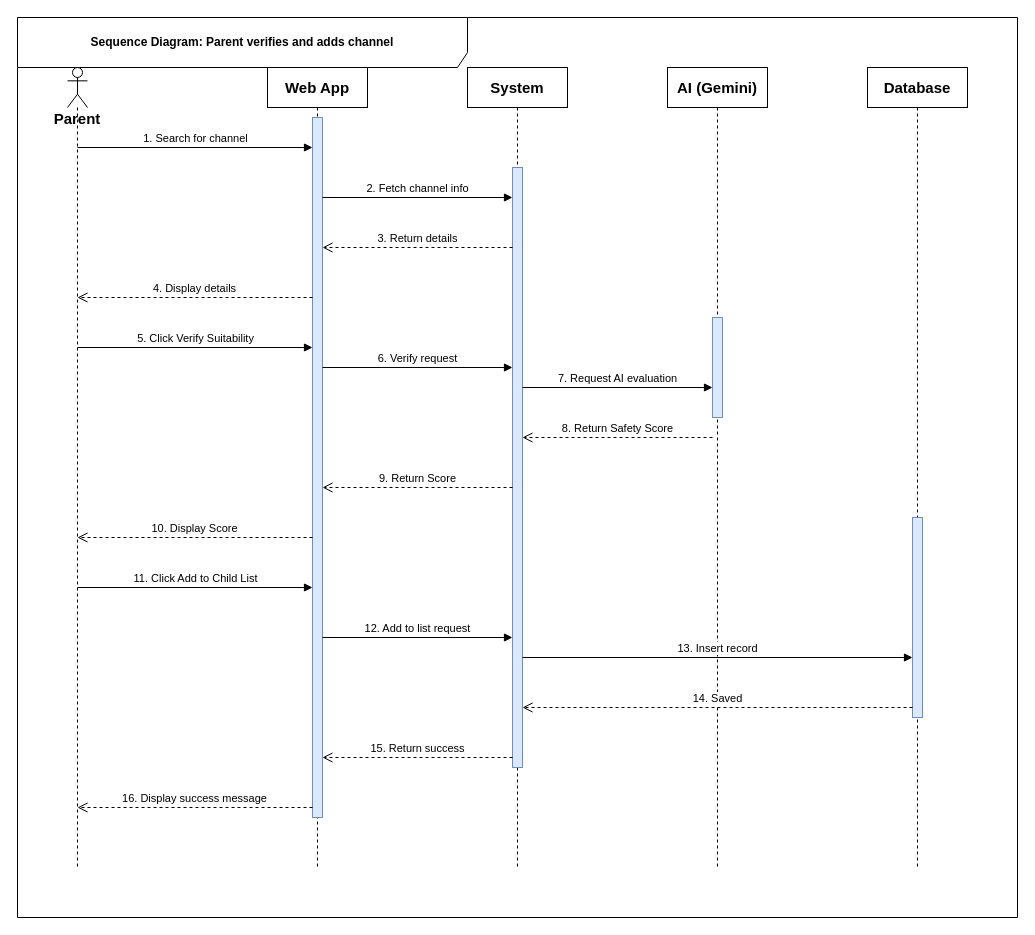
Earlier version of the draw.io diagram seq_parent.drawio (MahmoudHamdy19/diagrams-). Source tidied: cells renumbered, new cells numbered last; positions are measured from the earlier drawing's top-left corner, leaving out a move shared by most shapes. Both pictures are drawn from the tidied source at 100%, with x=0, y=0 at pixel (17, 17).
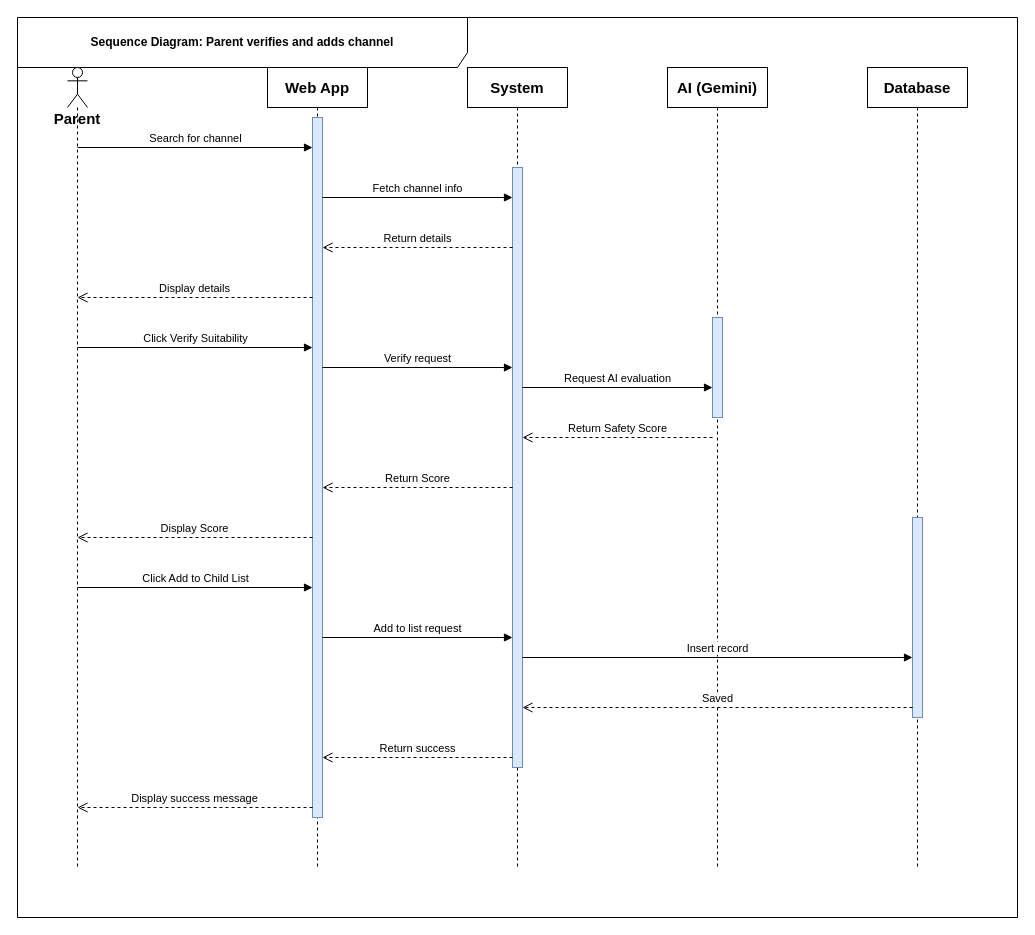
The same diagram, later.

Commit message (it also covers changes not shown here):
refactor: remove sequence numbers from diagram message labels

Change to the diagram source:
```diff
@@
-    <mxCell id="12" value="1. Search for channel" style="html=1;verticalAlign=bottom;endArrow=block;fontFamily=Helvetica;" parent="1" edge="1">
+    <mxCell id="12" value="Search for channel" style="html=1;verticalAlign=bottom;endArrow=block;fontFamily=Helvetica;" parent="1" edge="1">
       <mxGeometry relative="1" as="geometry">
         <mxPoint x="60" y="130" as="sourcePoint" />
         <mxPoint x="295" y="130" as="targetPoint" />
       </mxGeometry>
     </mxCell>
-    <mxCell id="13" value="2. Fetch channel info" style="html=1;verticalAlign=bottom;endArrow=block;fontFamily=Helvetica;" parent="1" edge="1">
+    <mxCell id="13" value="Fetch channel info" style="html=1;verticalAlign=bottom;endArrow=block;fontFamily=Helvetica;" parent="1" edge="1">
       <mxGeometry relative="1" as="geometry">
         <mxPoint x="305" y="180" as="sourcePoint" />
         <mxPoint x="495" y="180" as="targetPoint" />
       </mxGeometry>
     </mxCell>
-    <mxCell id="14" value="3. Return details" style="html=1;verticalAlign=bottom;endArrow=open;dashed=1;endSize=8;fontFamily=Helvetica;" parent="1" edge="1">
+    <mxCell id="14" value="Return details" style="html=1;verticalAlign=bottom;endArrow=open;dashed=1;endSize=8;fontFamily=Helvetica;" parent="1" edge="1">
       <mxGeometry relative="1" as="geometry">
         <mxPoint x="495" y="230" as="sourcePoint" />
         <mxPoint x="305" y="230" as="targetPoint" />
       </mxGeometry>
     </mxCell>
-    <mxCell id="15" value="4. Display details" style="html=1;verticalAlign=bottom;endArrow=open;dashed=1;endSize=8;fontFamily=Helvetica;" parent="1" edge="1">
+    <mxCell id="15" value="Display details" style="html=1;verticalAlign=bottom;endArrow=open;dashed=1;endSize=8;fontFamily=Helvetica;" parent="1" edge="1">
       <mxGeometry relative="1" as="geometry">
         <mxPoint x="295" y="280" as="sourcePoint" />
         <mxPoint x="60" y="280" as="targetPoint" />
       </mxGeometry>
     </mxCell>
-    <mxCell id="16" value="5. Click Verify Suitability" style="html=1;verticalAlign=bottom;endArrow=block;fontFamily=Helvetica;" parent="1" edge="1">
+    <mxCell id="16" value="Click Verify Suitability" style="html=1;verticalAlign=bottom;endArrow=block;fontFamily=Helvetica;" parent="1" edge="1">
       <mxGeometry relative="1" as="geometry">
         <mxPoint x="60" y="330" as="sourcePoint" />
         <mxPoint x="295" y="330" as="targetPoint" />
       </mxGeometry>
     </mxCell>
-    <mxCell id="17" value="6. Verify request" style="html=1;verticalAlign=bottom;endArrow=block;fontFamily=Helvetica;" parent="1" edge="1">
+    <mxCell id="17" value="Verify request" style="html=1;verticalAlign=bottom;endArrow=block;fontFamily=Helvetica;" parent="1" edge="1">
       <mxGeometry relative="1" as="geometry">
         <mxPoint x="305" y="350" as="sourcePoint" />
         <mxPoint x="495" y="350" as="targetPoint" />
       </mxGeometry>
     </mxCell>
-    <mxCell id="18" value="7. Request AI evaluation" style="html=1;verticalAlign=bottom;endArrow=block;fontFamily=Helvetica;" parent="1" edge="1">
+    <mxCell id="18" value="Request AI evaluation" style="html=1;verticalAlign=bottom;endArrow=block;fontFamily=Helvetica;" parent="1" edge="1">
       <mxGeometry relative="1" as="geometry">
         <mxPoint x="505" y="370" as="sourcePoint" />
         <mxPoint x="695" y="370" as="targetPoint" />
       </mxGeometry>
     </mxCell>
-    <mxCell id="19" value="8. Return Safety Score" style="html=1;verticalAlign=bottom;endArrow=open;dashed=1;endSize=8;fontFamily=Helvetica;" parent="1" edge="1">
+    <mxCell id="19" value="Return Safety Score" style="html=1;verticalAlign=bottom;endArrow=open;dashed=1;endSize=8;fontFamily=Helvetica;" parent="1" edge="1">
       <mxGeometry relative="1" as="geometry">
         <mxPoint x="695" y="420" as="sourcePoint" />
         <mxPoint x="505" y="420" as="targetPoint" />
       </mxGeometry>
     </mxCell>
-    <mxCell id="20" value="9. Return Score" style="html=1;verticalAlign=bottom;endArrow=open;dashed=1;endSize=8;fontFamily=Helvetica;" parent="1" edge="1">
+    <mxCell id="20" value="Return Score" style="html=1;verticalAlign=bottom;endArrow=open;dashed=1;endSize=8;fontFamily=Helvetica;" parent="1" edge="1">
       <mxGeometry relative="1" as="geometry">
         <mxPoint x="495" y="470" as="sourcePoint" />
         <mxPoint x="305" y="470" as="targetPoint" />
       </mxGeometry>
     </mxCell>
-    <mxCell id="21" value="10. Display Score" style="html=1;verticalAlign=bottom;endArrow=open;dashed=1;endSize=8;fontFamily=Helvetica;" parent="1" edge="1">
+    <mxCell id="21" value="Display Score" style="html=1;verticalAlign=bottom;endArrow=open;dashed=1;endSize=8;fontFamily=Helvetica;" parent="1" edge="1">
       <mxGeometry relative="1" as="geometry">
         <mxPoint x="295" y="520" as="sourcePoint" />
         <mxPoint x="60" y="520" as="targetPoint" />
       </mxGeometry>
     </mxCell>
-    <mxCell id="22" value="11. Click Add to Child List" style="html=1;verticalAlign=bottom;endArrow=block;fontFamily=Helvetica;" parent="1" edge="1">
+    <mxCell id="22" value="Click Add to Child List" style="html=1;verticalAlign=bottom;endArrow=block;fontFamily=Helvetica;" parent="1" edge="1">
       <mxGeometry relative="1" as="geometry">
         <mxPoint x="60" y="570" as="sourcePoint" />
         <mxPoint x="295" y="570" as="targetPoint" />
       </mxGeometry>
     </mxCell>
-    <mxCell id="23" value="12. Add to list request" style="html=1;verticalAlign=bottom;endArrow=block;fontFamily=Helvetica;" parent="1" edge="1">
+    <mxCell id="23" value="Add to list request" style="html=1;verticalAlign=bottom;endArrow=block;fontFamily=Helvetica;" parent="1" edge="1">
       <mxGeometry relative="1" as="geometry">
         <mxPoint x="305" y="620" as="sourcePoint" />
         <mxPoint x="495" y="620" as="targetPoint" />
       </mxGeometry>
     </mxCell>
-    <mxCell id="24" value="13. Insert record" style="html=1;verticalAlign=bottom;endArrow=block;fontFamily=Helvetica;" parent="1" edge="1">
+    <mxCell id="24" value="Insert record" style="html=1;verticalAlign=bottom;endArrow=block;fontFamily=Helvetica;" parent="1" edge="1">
       <mxGeometry relative="1" as="geometry">
         <mxPoint x="505" y="640" as="sourcePoint" />
         <mxPoint x="895" y="640" as="targetPoint" />
       </mxGeometry>
     </mxCell>
-    <mxCell id="25" value="14. Saved" style="html=1;verticalAlign=bottom;endArrow=open;dashed=1;endSize=8;fontFamily=Helvetica;" parent="1" edge="1">
+    <mxCell id="25" value="Saved" style="html=1;verticalAlign=bottom;endArrow=open;dashed=1;endSize=8;fontFamily=Helvetica;" parent="1" edge="1">
       <mxGeometry relative="1" as="geometry">
         <mxPoint x="895" y="690" as="sourcePoint" />
         <mxPoint x="505" y="690" as="targetPoint" />
       </mxGeometry>
     </mxCell>
-    <mxCell id="26" value="15. Return success" style="html=1;verticalAlign=bottom;endArrow=open;dashed=1;endSize=8;fontFamily=Helvetica;" parent="1" edge="1">
+    <mxCell id="26" value="Return success" style="html=1;verticalAlign=bottom;endArrow=open;dashed=1;endSize=8;fontFamily=Helvetica;" parent="1" edge="1">
       <mxGeometry relative="1" as="geometry">
         <mxPoint x="495" y="740" as="sourcePoint" />
         <mxPoint x="305" y="740" as="targetPoint" />
       </mxGeometry>
     </mxCell>
-    <mxCell id="27" value="16. Display success message" style="html=1;verticalAlign=bottom;endArrow=open;dashed=1;endSize=8;fontFamily=Helvetica;" parent="1" edge="1">
+    <mxCell id="27" value="Display success message" style="html=1;verticalAlign=bottom;endArrow=open;dashed=1;endSize=8;fontFamily=Helvetica;" parent="1" edge="1">
       <mxGeometry relative="1" as="geometry">
         <mxPoint x="295" y="790" as="sourcePoint" />
         <mxPoint x="60" y="790" as="targetPoint" />
       </mxGeometry>
     </mxCell>
```
